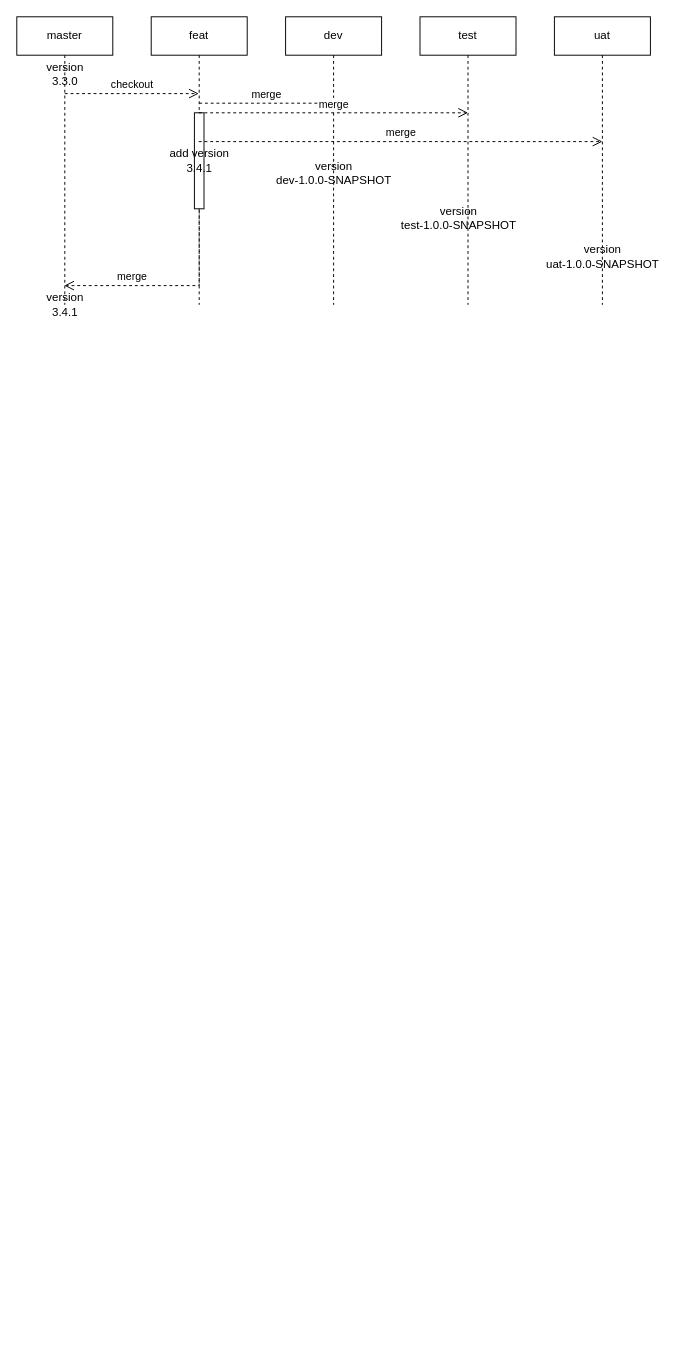
Before: 版本提交.drawio in SteveGlory/steveglory.github.io, a draw.io diagram. Source tidied: cells renumbered, new cells numbered last; positions are measured from the earlier drawing's top-left corner, leaving out a move shared by most shapes. Both pictures are drawn from the tidied source at 96%, with x=0, y=0 at pixel (16, 16).
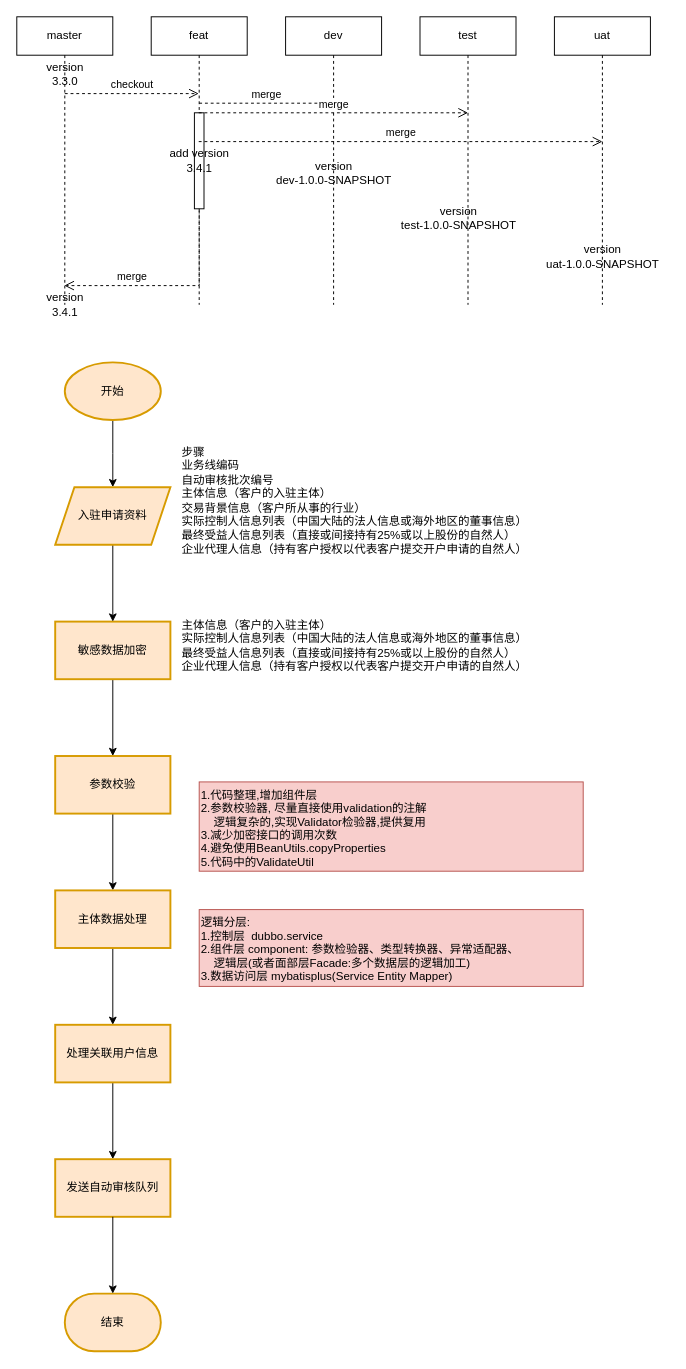
Above is the later version.

Commit message:
更新版本提交.drawio

What changed in the source:
```diff
@@
+    <mxCell id="19" style="edgeStyle=orthogonalEdgeStyle;rounded=0;jettySize=auto;html=1;" parent="1" edge="1" source="20">
+      <mxGeometry relative="1" as="geometry">
+        <mxPoint x="100" y="490" as="targetPoint" />
+      </mxGeometry>
+    </mxCell>
+    <mxCell id="20" value="开始" style="strokeWidth=2;html=1;shape=mxgraph.flowchart.start_1;whiteSpace=wrap;strokeColor=#D79B00;fillColor=#FFE6CC;" parent="1" vertex="1">
+      <mxGeometry x="50" y="360" width="100" height="60" as="geometry" />
+    </mxCell>
+    <mxCell id="21" value="步骤&#10;业务线编码&#10;自动审核批次编号&#10;主体信息（客户的入驻主体）&#10;交易背景信息（客户所从事的行业）&#10;实际控制人信息列表（中国大陆的法人信息或海外地区的董事信息）&#10;最终受益人信息列表（直接或间接持有25%或以上股份的自然人）&#10;企业代理人信息（持有客户授权以代表客户提交开户申请的自然人）" style="text;whiteSpace=wrap;" parent="1" vertex="1">
+      <mxGeometry x="170" y="440" width="390" height="140" as="geometry" />
+    </mxCell>
+    <mxCell id="22" style="edgeStyle=orthogonalEdgeStyle;rounded=0;jettySize=auto;html=1;" parent="1" edge="1" source="23" target="26">
+      <mxGeometry relative="1" as="geometry" />
+    </mxCell>
+    <mxCell id="23" value="敏感数据加密" style="whiteSpace=wrap;html=1;strokeWidth=2;fillColor=#ffe6cc;strokeColor=#d79b00;" parent="1" vertex="1">
+      <mxGeometry x="40" y="630" width="120" height="60" as="geometry" />
+    </mxCell>
+    <mxCell id="24" value="主体信息（客户的入驻主体）&#10;实际控制人信息列表（中国大陆的法人信息或海外地区的董事信息）&#10;最终受益人信息列表（直接或间接持有25%或以上股份的自然人）&#10;企业代理人信息（持有客户授权以代表客户提交开户申请的自然人）" style="text;whiteSpace=wrap;" parent="1" vertex="1">
+      <mxGeometry x="170" y="620" width="390" height="100" as="geometry" />
+    </mxCell>
+    <mxCell id="25" style="edgeStyle=orthogonalEdgeStyle;rounded=0;jettySize=auto;html=1;" parent="1" edge="1" source="26" target="28">
+      <mxGeometry relative="1" as="geometry" />
+    </mxCell>
+    <mxCell id="26" value="参数校验" style="whiteSpace=wrap;html=1;strokeWidth=2;fillColor=#ffe6cc;strokeColor=#d79b00;" parent="1" vertex="1">
+      <mxGeometry x="40" y="770" width="120" height="60" as="geometry" />
+    </mxCell>
+    <mxCell id="27" style="edgeStyle=orthogonalEdgeStyle;rounded=0;jettySize=auto;html=1;" parent="1" edge="1" source="28" target="30">
+      <mxGeometry relative="1" as="geometry" />
+    </mxCell>
+    <mxCell id="28" value="主体数据处理" style="whiteSpace=wrap;html=1;fillColor=#ffe6cc;strokeColor=#d79b00;strokeWidth=2;" parent="1" vertex="1">
+      <mxGeometry x="40" y="910" width="120" height="60" as="geometry" />
+    </mxCell>
+    <mxCell id="29" style="edgeStyle=orthogonalEdgeStyle;rounded=0;jettySize=auto;html=1;" parent="1" edge="1" source="30" target="33">
+      <mxGeometry relative="1" as="geometry" />
+    </mxCell>
+    <mxCell id="30" value="处理关联用户信息" style="whiteSpace=wrap;html=1;fillColor=#ffe6cc;strokeColor=#d79b00;strokeWidth=2;" parent="1" vertex="1">
+      <mxGeometry x="40" y="1050" width="120" height="60" as="geometry" />
+    </mxCell>
+    <mxCell id="31" style="edgeStyle=orthogonalEdgeStyle;rounded=0;jettySize=auto;html=1;" parent="1" edge="1" source="32" target="23">
+      <mxGeometry relative="1" as="geometry" />
+    </mxCell>
+    <mxCell id="32" value="入驻申请资料" style="shape=parallelogram;perimeter=parallelogramPerimeter;whiteSpace=wrap;html=1;fixedSize=1;fillColor=#ffe6cc;strokeColor=#d79b00;strokeWidth=2;" parent="1" vertex="1">
+      <mxGeometry x="40" y="490" width="120" height="60" as="geometry" />
+    </mxCell>
+    <mxCell id="33" value="发送自动审核队列" style="whiteSpace=wrap;html=1;fillColor=#ffe6cc;strokeColor=#d79b00;strokeWidth=2;" parent="1" vertex="1">
+      <mxGeometry x="40" y="1190" width="120" height="60" as="geometry" />
+    </mxCell>
+    <mxCell id="34" value="结束" style="strokeWidth=2;html=1;shape=mxgraph.flowchart.terminator;whiteSpace=wrap;strokeColor=#D79B00;fillColor=#FFE6CC;" parent="1" vertex="1">
+      <mxGeometry x="50" y="1330" width="100" height="60" as="geometry" />
+    </mxCell>
+    <mxCell id="35" style="edgeStyle=orthogonalEdgeStyle;rounded=0;jettySize=auto;html=1;entryX=0.5;entryY=0;entryDx=0;entryDy=0;entryPerimeter=0;" parent="1" edge="1" source="33" target="34">
+      <mxGeometry relative="1" as="geometry" />
+    </mxCell>
+    <mxCell id="36" value="1.代码整理,增加组件层&#10;2.参数校验器, 尽量直接使用validation的注解&#10;    逻辑复杂的,实现Validator检验器,提供复用&#10;3.减少加密接口的调用次数&#10;4.避免使用BeanUtils.copyProperties&#10;5.代码中的ValidateUtil" style="group;fillColor=#f8cecc;strokeColor=#b85450;align=left;" parent="1" vertex="1">
+      <mxGeometry x="190" y="797" width="400" height="93" as="geometry" />
+    </mxCell>
+    <mxCell id="37" value="逻辑分层:&#10;1.控制层  dubbo.service&#10;2.组件层 component: 参数检验器、类型转换器、异常适配器、&#10;    逻辑层(或者面部层Facade:多个数据层的逻辑加工)&#10;3.数据访问层 mybatisplus(Service Entity Mapper)" style="group;fillColor=#f8cecc;strokeColor=#b85450;align=left;" parent="1" vertex="1">
+      <mxGeometry x="190" y="930" width="400" height="80" as="geometry" />
+    </mxCell>
```
